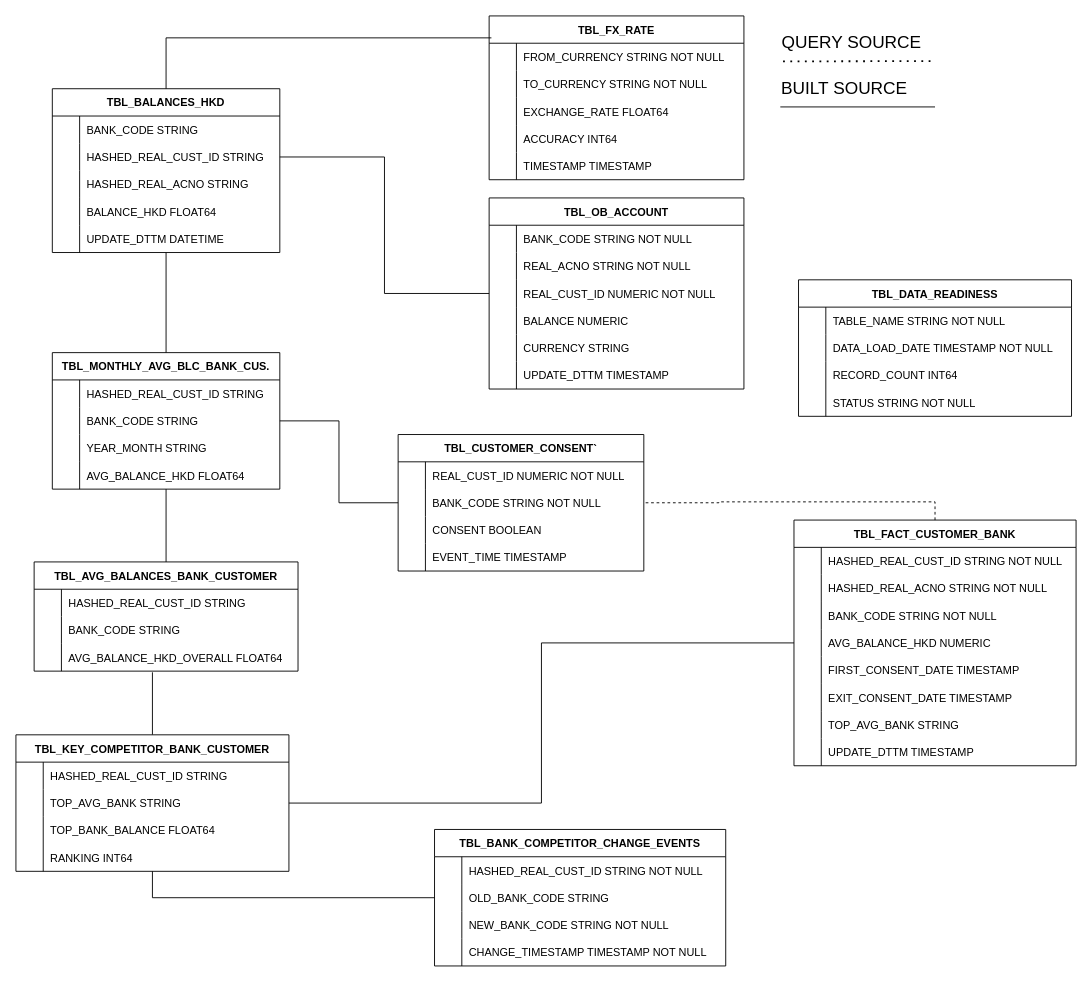
This is docs/ER Diagram.drawio from sfandino/global-banking, a draw.io file, before an edit. Source tidied: cells renumbered, new cells numbered last; positions are measured from the earlier drawing's top-left corner, leaving out a move shared by most shapes. Both pictures are drawn from the tidied source at 91%, with x=0, y=0 at pixel (15, 15).
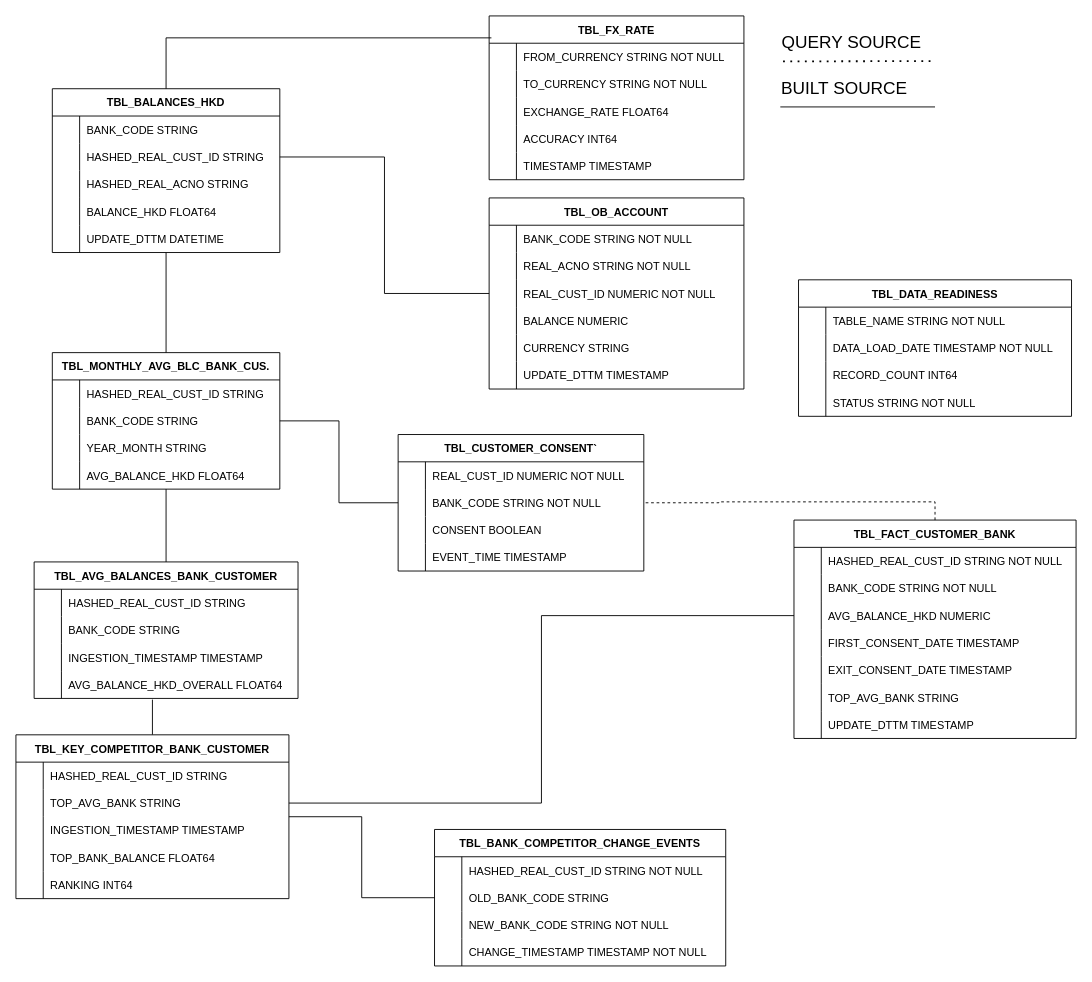
Above is the later version.

Diff of the diagram source:
```diff
@@
     <mxCell id="81" value="TBL_AVG_BALANCES_BANK_CUSTOMER" style="shape=table;startSize=30;childLayout=tableLayout;rowLines=0;fontStyle=1;align=center;" parent="1" vertex="1">
-      <mxGeometry x="20" y="600" width="290" height="120" as="geometry" />
+      <mxGeometry x="20" y="600" width="290" height="150" as="geometry" />
     </mxCell>
@@
+    <mxCell id="166" style="shape=tableRow;horizontal=0;startSize=0;swimlaneHead=0;swimlaneBody=0;fillColor=none;strokeColor=inherit;top=0;left=0;right=0;bottom=0;" parent="81" vertex="1">
+      <mxGeometry y="90" width="290" height="30" as="geometry" />
+    </mxCell>
+    <mxCell id="167" style="shape=partialRectangle;overflow=hidden;fillColor=none;strokeColor=inherit;top=0;left=0;bottom=0;right=0;" parent="166" vertex="1">
+      <mxGeometry width="30" height="30" as="geometry" />
+    </mxCell>
+    <mxCell id="168" value="INGESTION_TIMESTAMP TIMESTAMP" style="shape=partialRectangle;overflow=hidden;fillColor=none;align=left;strokeColor=inherit;top=0;left=0;bottom=0;right=0;spacingLeft=6;" parent="166" vertex="1">
+      <mxGeometry x="30" width="260" height="30" as="geometry" />
+    </mxCell>
     <mxCell id="88" style="shape=tableRow;horizontal=0;startSize=0;swimlaneHead=0;swimlaneBody=0;fillColor=none;points=[[0,0.5],[1,0.5]];portConstraint=eastwest;strokeColor=inherit;top=0;left=0;right=0;bottom=0;" parent="81" vertex="1">
-      <mxGeometry y="90" width="290" height="30" as="geometry" />
+      <mxGeometry y="120" width="290" height="30" as="geometry" />
     </mxCell>
@@
     <mxCell id="91" value="TBL_KEY_COMPETITOR_BANK_CUSTOMER" style="shape=table;startSize=30;childLayout=tableLayout;rowLines=0;fontStyle=1;align=center;" parent="1" vertex="1">
-      <mxGeometry y="790" width="300" height="150" as="geometry" />
+      <mxGeometry y="790" width="300" height="180" as="geometry" />
     </mxCell>
@@
+    <mxCell id="169" style="shape=tableRow;horizontal=0;startSize=0;swimlaneHead=0;swimlaneBody=0;fillColor=none;strokeColor=inherit;top=0;left=0;right=0;bottom=0;" parent="91" vertex="1">
+      <mxGeometry y="90" width="300" height="30" as="geometry" />
+    </mxCell>
+    <mxCell id="170" style="shape=partialRectangle;overflow=hidden;fillColor=none;strokeColor=inherit;top=0;left=0;bottom=0;right=0;" parent="169" vertex="1">
+      <mxGeometry width="30" height="30" as="geometry" />
+    </mxCell>
+    <mxCell id="171" value="INGESTION_TIMESTAMP TIMESTAMP" style="shape=partialRectangle;overflow=hidden;fillColor=none;align=left;strokeColor=inherit;top=0;left=0;bottom=0;right=0;spacingLeft=6;" parent="169" vertex="1">
+      <mxGeometry x="30" width="270" height="30" as="geometry" />
+    </mxCell>
     <mxCell id="98" style="shape=tableRow;horizontal=0;startSize=0;swimlaneHead=0;swimlaneBody=0;fillColor=none;strokeColor=inherit;top=0;left=0;right=0;bottom=0;" parent="91" vertex="1">
-      <mxGeometry y="90" width="300" height="30" as="geometry" />
+      <mxGeometry y="120" width="300" height="30" as="geometry" />
     </mxCell>
@@
     <mxCell id="101" style="shape=tableRow;horizontal=0;startSize=0;swimlaneHead=0;swimlaneBody=0;fillColor=none;strokeColor=inherit;top=0;left=0;right=0;bottom=0;" parent="91" vertex="1">
-      <mxGeometry y="120" width="300" height="30" as="geometry" />
+      <mxGeometry y="150" width="300" height="30" as="geometry" />
     </mxCell>
@@
     <mxCell id="104" value="TBL_FACT_CUSTOMER_BANK" style="shape=table;startSize=30;childLayout=tableLayout;rowLines=0;fontStyle=1;align=center;" parent="1" vertex="1">
-      <mxGeometry x="855" y="554" width="310" height="270" as="geometry" />
+      <mxGeometry x="855" y="554" width="310" height="240" as="geometry" />
     </mxCell>
@@
-    <mxCell id="108" style="shape=tableRow;horizontal=0;startSize=0;swimlaneHead=0;swimlaneBody=0;fillColor=none;strokeColor=inherit;top=0;left=0;right=0;bottom=0;" parent="104" vertex="1">
-      <mxGeometry y="60" width="310" height="30" as="geometry" />
-    </mxCell>
-    <mxCell id="109" style="shape=partialRectangle;overflow=hidden;fillColor=none;strokeColor=inherit;top=0;left=0;bottom=0;right=0;" parent="108" vertex="1">
-      <mxGeometry width="30" height="30" as="geometry" />
-    </mxCell>
-    <mxCell id="110" value="HASHED_REAL_ACNO STRING NOT NULL" style="shape=partialRectangle;overflow=hidden;fillColor=none;align=left;strokeColor=inherit;top=0;left=0;bottom=0;right=0;spacingLeft=6;" parent="108" vertex="1">
-      <mxGeometry x="30" width="280" height="30" as="geometry" />
-    </mxCell>
     <mxCell id="111" style="shape=tableRow;horizontal=0;startSize=0;swimlaneHead=0;swimlaneBody=0;fillColor=none;strokeColor=inherit;top=0;left=0;right=0;bottom=0;" parent="104" vertex="1">
-      <mxGeometry y="90" width="310" height="30" as="geometry" />
+      <mxGeometry y="60" width="310" height="30" as="geometry" />
     </mxCell>
@@
     <mxCell id="114" style="shape=tableRow;horizontal=0;startSize=0;swimlaneHead=0;swimlaneBody=0;fillColor=none;points=[[0,0.5],[1,0.5]];portConstraint=eastwest;strokeColor=inherit;top=0;left=0;right=0;bottom=0;" parent="104" vertex="1">
-      <mxGeometry y="120" width="310" height="30" as="geometry" />
+      <mxGeometry y="90" width="310" height="30" as="geometry" />
     </mxCell>
@@
     <mxCell id="117" style="shape=tableRow;horizontal=0;startSize=0;swimlaneHead=0;swimlaneBody=0;fillColor=none;strokeColor=inherit;top=0;left=0;right=0;bottom=0;" parent="104" vertex="1">
-      <mxGeometry y="150" width="310" height="30" as="geometry" />
+      <mxGeometry y="120" width="310" height="30" as="geometry" />
     </mxCell>
@@
     <mxCell id="120" style="shape=tableRow;horizontal=0;startSize=0;swimlaneHead=0;swimlaneBody=0;fillColor=none;strokeColor=inherit;top=0;left=0;right=0;bottom=0;" parent="104" vertex="1">
-      <mxGeometry y="180" width="310" height="30" as="geometry" />
+      <mxGeometry y="150" width="310" height="30" as="geometry" />
     </mxCell>
@@
     <mxCell id="123" style="shape=tableRow;horizontal=0;startSize=0;swimlaneHead=0;swimlaneBody=0;fillColor=none;strokeColor=inherit;top=0;left=0;right=0;bottom=0;" parent="104" vertex="1">
-      <mxGeometry y="210" width="310" height="30" as="geometry" />
+      <mxGeometry y="180" width="310" height="30" as="geometry" />
     </mxCell>
@@
     <mxCell id="126" style="shape=tableRow;horizontal=0;startSize=0;swimlaneHead=0;swimlaneBody=0;fillColor=none;strokeColor=inherit;top=0;left=0;right=0;bottom=0;" parent="104" vertex="1">
-      <mxGeometry y="240" width="310" height="30" as="geometry" />
+      <mxGeometry y="210" width="310" height="30" as="geometry" />
     </mxCell>
```
